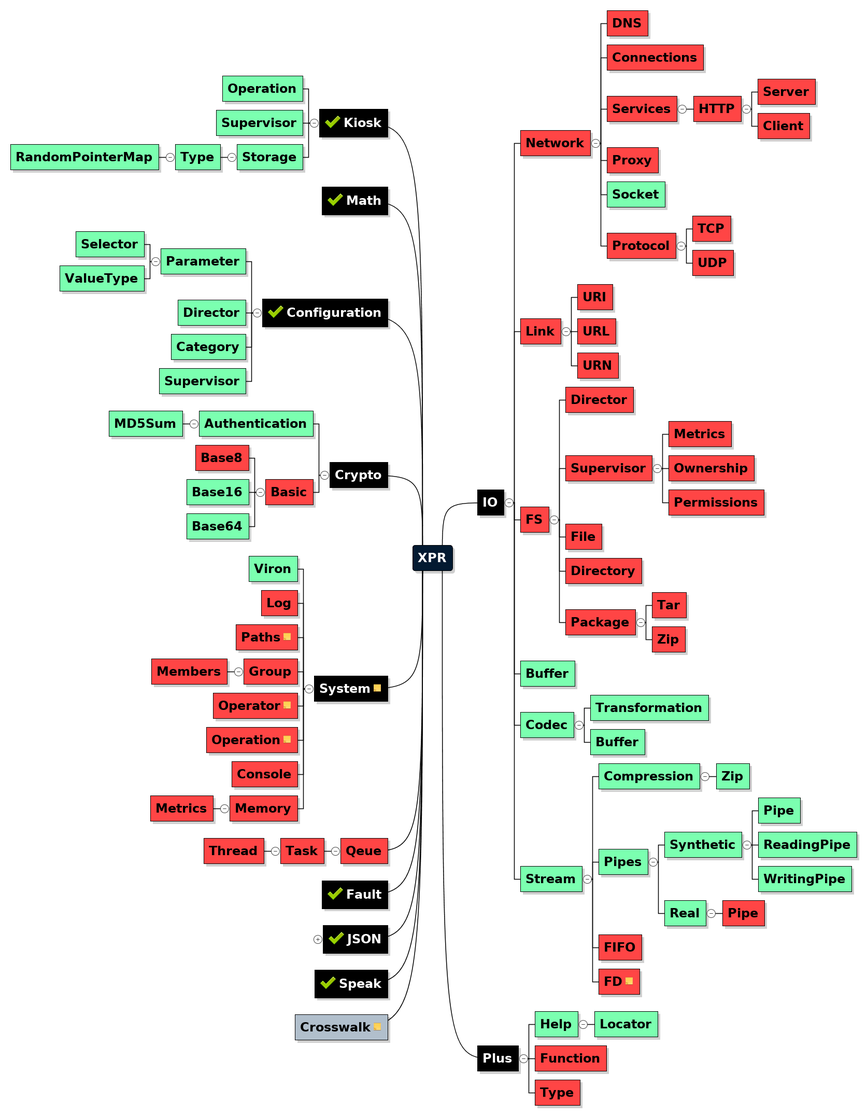
Before: XPR-MAP.png, a diagram exported from Mermaid (hypersoft/XPR). Its source is kept beside it as XPR-MAP.mmd.
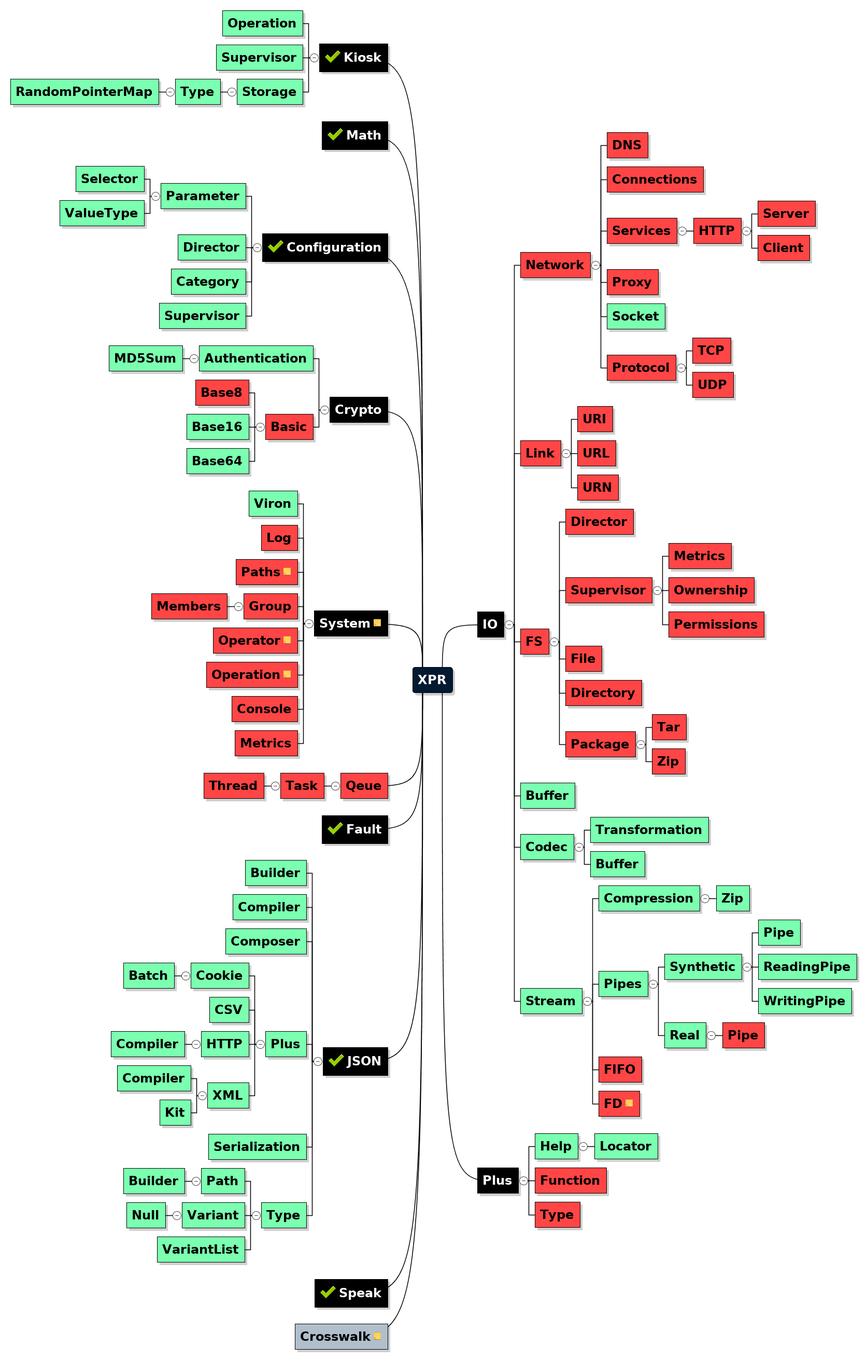
After the commit.

What changed in the source:
```diff
@@ -372,7 +372,7 @@
 
 
 ## JSON
-> collapsed=`true`,fillColor=`#000000`,leftSide=`true`,mmd.emoticon=`tick`,textColor=`#FFFFFF`
+> fillColor=`#000000`,leftSide=`true`,mmd.emoticon=`tick`,textColor=`#FFFFFF`
 
 
 ### Builder
```
